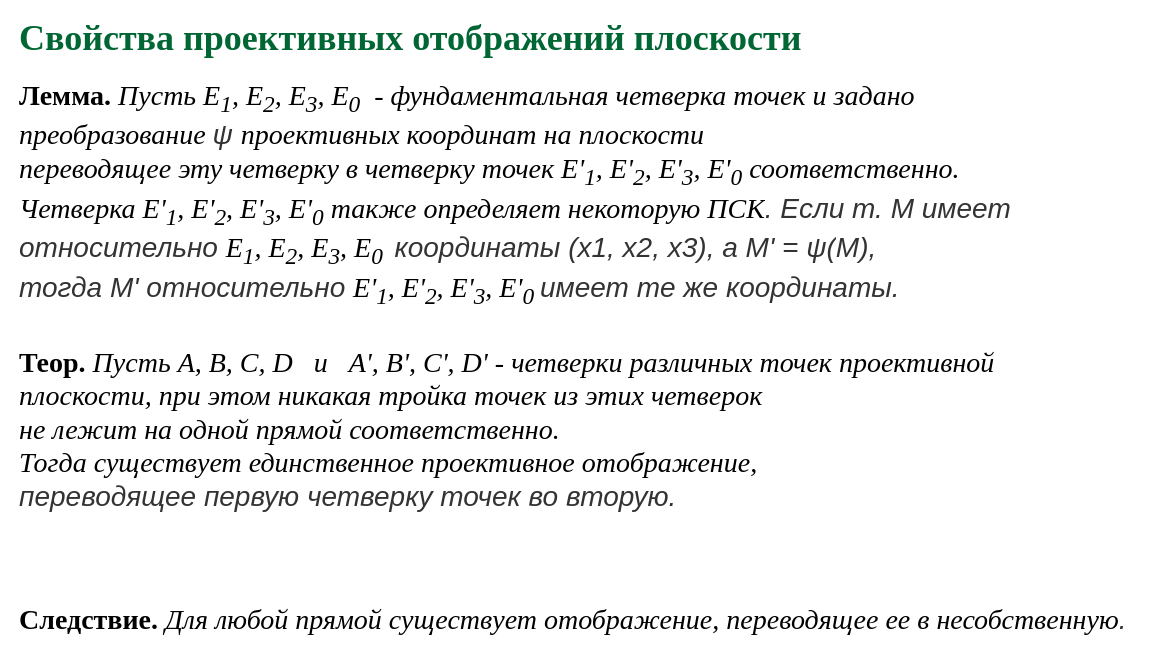
Above: page "p07" (10 of 16) of slides/proj_mapp.drawio in amcp-pit/geom_course (draw.io), before the change. Source tidied: cells renumbered, new cells numbered last; positions are measured from the earlier drawing's top-left corner, leaving out a move shared by most shapes. Both pictures are drawn from the tidied source at 100%, with x=0, y=0 at pixel (17, 28).
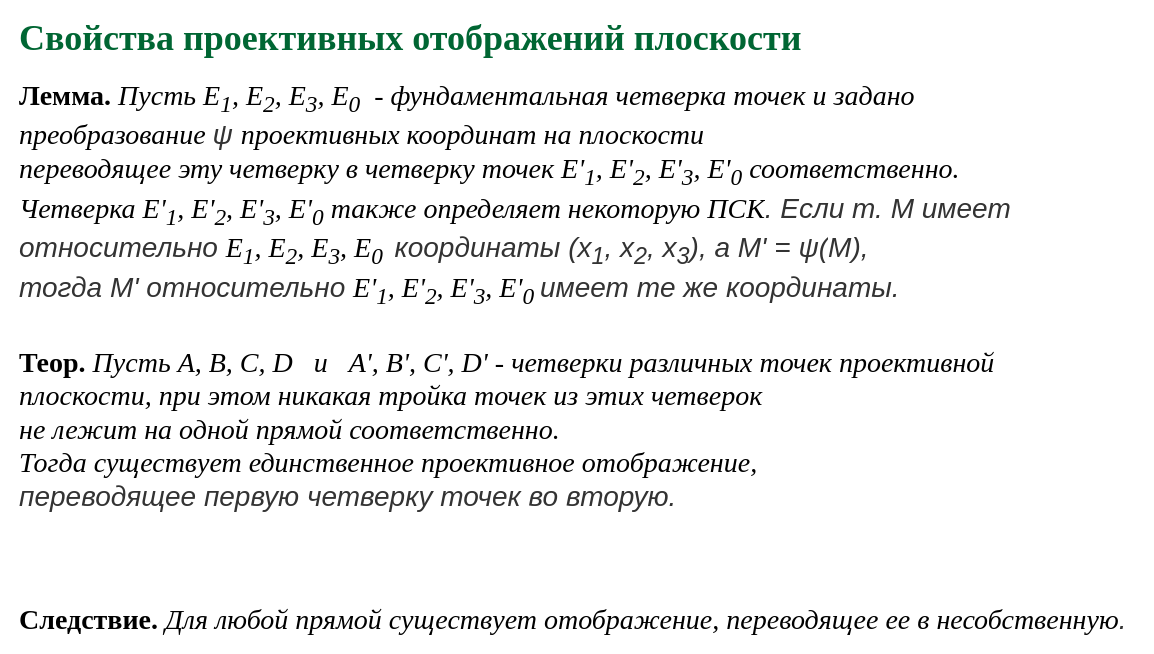
After the change.

What changed in the source:
```diff
@@
 <mxGraphModel>
   <root>
     <mxCell id="0" />
     <mxCell id="1" parent="0" />
     <mxCell id="2" value="&lt;font color=&quot;#006633&quot; face=&quot;garamond&quot;&gt;&lt;span style=&quot;font-size: 36px&quot;&gt;&lt;b&gt;Свойства проективных отображений плоскости&lt;/b&gt;&lt;/span&gt;&lt;/font&gt;" style="text;html=1;align=left;verticalAlign=middle;whiteSpace=wrap;rounded=0;" parent="1" vertex="1">
       <mxGeometry width="920" height="20" as="geometry" />
     </mxCell>
     <mxCell id="3" value="&lt;div&gt;&lt;/div&gt;&lt;b style=&quot;font-size: 28px ; font-family: &amp;#34;times new roman&amp;#34;&quot;&gt;Теор.&lt;/b&gt;&lt;span style=&quot;font-size: 28px ; font-family: &amp;#34;times new roman&amp;#34;&quot;&gt;&amp;nbsp;&lt;i&gt;Пусть A, B, C, D&amp;nbsp; &amp;nbsp;и&amp;nbsp; &amp;nbsp;&lt;/i&gt;&lt;/span&gt;&lt;i style=&quot;font-size: 28px ; font-family: &amp;#34;times new roman&amp;#34;&quot;&gt;A', B', C', D'&amp;nbsp;&lt;/i&gt;&lt;span style=&quot;font-size: 28px ; font-family: &amp;#34;times new roman&amp;#34;&quot;&gt;&lt;i&gt;-&lt;/i&gt;&amp;nbsp;&lt;i&gt;четверки различных точек&amp;nbsp;&lt;/i&gt;&lt;/span&gt;&lt;i style=&quot;font-size: 28px ; font-family: &amp;#34;times new roman&amp;#34;&quot;&gt;проективной &lt;br&gt;плоскости,&amp;nbsp;при этом никакая тройка точек из этих четверок &lt;br&gt;не лежит на одной прямой&amp;nbsp;соответственно.&lt;br&gt;Тогда существует единственное проективное отображение,&amp;nbsp;&lt;br&gt;&lt;/i&gt;&lt;span style=&quot;color: rgb(51 , 51 , 51) ; font-family: &amp;#34;u0000&amp;#34; ; font-size: 28px ; text-align: center ; background-color: rgb(255 , 255 , 255)&quot;&gt;&lt;i&gt;переводящее первую четверку точек во вторую.&lt;/i&gt;&lt;br&gt;&lt;/span&gt;" style="text;html=1;align=left;verticalAlign=middle;" parent="1" vertex="1">
       <mxGeometry y="351" width="990" height="100" as="geometry" />
     </mxCell>
     <mxCell id="4" value="&lt;div&gt;&lt;/div&gt;&lt;b style=&quot;font-size: 28px ; font-family: &amp;#34;times new roman&amp;#34;&quot;&gt;Следствие.&lt;/b&gt;&lt;span style=&quot;font-size: 28px ; font-family: &amp;#34;times new roman&amp;#34;&quot;&gt;&amp;nbsp;&lt;i&gt;Для любой прямой существует отображение, переводящее ее в несобственную&lt;/i&gt;&lt;/span&gt;&lt;span style=&quot;color: rgb(51 , 51 , 51) ; font-family: &amp;#34;u0000&amp;#34; ; font-size: 28px ; text-align: center ; background-color: rgb(255 , 255 , 255)&quot;&gt;&lt;i&gt;.&lt;/i&gt;&lt;br&gt;&lt;/span&gt;" style="text;html=1;align=left;verticalAlign=middle;" parent="1" vertex="1">
       <mxGeometry y="581" width="1120" height="20" as="geometry" />
     </mxCell>
-    <mxCell id="5" value="&lt;div&gt;&lt;/div&gt;&lt;b style=&quot;font-size: 28px ; font-family: &amp;#34;times new roman&amp;#34;&quot;&gt;Лемма.&lt;/b&gt;&lt;span style=&quot;font-size: 28px ; font-family: &amp;#34;times new roman&amp;#34;&quot;&gt;&amp;nbsp;&lt;i&gt;Пусть E&lt;sub&gt;1&lt;/sub&gt;, E&lt;sub&gt;2&lt;/sub&gt;, E&lt;sub&gt;3&lt;/sub&gt;, E&lt;sub&gt;0&lt;/sub&gt;&amp;nbsp; - фундаментальная четверка точек и задано &lt;br&gt;преобразование&amp;nbsp;&lt;/i&gt;&lt;/span&gt;&lt;i style=&quot;color: rgb(51 , 51 , 51) ; font-family: &amp;#34;u0000&amp;#34; ; font-size: 28px ; text-align: center&quot;&gt;ψ&amp;nbsp;&lt;/i&gt;&lt;span style=&quot;font-size: 28px ; font-family: &amp;#34;times new roman&amp;#34;&quot;&gt;&lt;i&gt;проективных координат на плоскости&lt;/i&gt;&lt;/span&gt;&lt;i style=&quot;font-size: 28px ; font-family: &amp;#34;times new roman&amp;#34;&quot;&gt;&lt;br&gt;переводящее эту четверку в четверку точек E'&lt;sub&gt;1&lt;/sub&gt;, E'&lt;sub&gt;2&lt;/sub&gt;, E'&lt;sub&gt;3&lt;/sub&gt;, E'&lt;sub&gt;0&lt;/sub&gt; соответственно.&amp;nbsp;&lt;br&gt;Четверка&amp;nbsp;&lt;/i&gt;&lt;i style=&quot;font-size: 28px ; font-family: &amp;#34;times new roman&amp;#34;&quot;&gt;E'&lt;sub&gt;1&lt;/sub&gt;, E'&lt;sub&gt;2&lt;/sub&gt;, E'&lt;sub&gt;3&lt;/sub&gt;, E'&lt;sub&gt;0&lt;/sub&gt; также определяет некоторую ПСК&lt;/i&gt;&lt;span style=&quot;color: rgb(51 , 51 , 51) ; font-family: &amp;#34;u0000&amp;#34; ; font-size: 28px ; text-align: center ; background-color: rgb(255 , 255 , 255)&quot;&gt;&lt;i&gt;. Если т. М имеет &lt;br&gt;относительно&amp;nbsp;&lt;/i&gt;&lt;/span&gt;&lt;i style=&quot;font-family: &amp;#34;times new roman&amp;#34; ; font-size: 28px&quot;&gt;E&lt;sub&gt;1&lt;/sub&gt;, E&lt;sub&gt;2&lt;/sub&gt;, E&lt;sub&gt;3&lt;/sub&gt;, E&lt;sub&gt;0&amp;nbsp;&amp;nbsp;&lt;/sub&gt;&lt;/i&gt;&lt;span style=&quot;color: rgb(51 , 51 , 51) ; font-family: &amp;#34;u0000&amp;#34; ; font-size: 28px ; text-align: center ; background-color: rgb(255 , 255 , 255)&quot;&gt;&lt;i&gt;координаты (x1, x2, x3), а М' =&amp;nbsp;&lt;/i&gt;&lt;/span&gt;&lt;i style=&quot;color: rgb(51 , 51 , 51) ; font-family: &amp;#34;u0000&amp;#34; ; font-size: 28px ; text-align: center&quot;&gt;ψ(&lt;/i&gt;&lt;span style=&quot;color: rgb(51 , 51 , 51) ; font-family: &amp;#34;u0000&amp;#34; ; font-size: 28px ; text-align: center ; background-color: rgb(255 , 255 , 255)&quot;&gt;&lt;i&gt;М), &lt;br&gt;тогда M' относительно&amp;nbsp;&lt;/i&gt;&lt;/span&gt;&lt;i style=&quot;font-size: 28px ; font-family: &amp;#34;times new roman&amp;#34;&quot;&gt;E'&lt;sub&gt;1&lt;/sub&gt;, E'&lt;sub&gt;2&lt;/sub&gt;, E'&lt;sub&gt;3&lt;/sub&gt;, E'&lt;sub&gt;0&amp;nbsp;&lt;/sub&gt;&lt;/i&gt;&lt;span style=&quot;color: rgb(51 , 51 , 51) ; font-family: &amp;#34;u0000&amp;#34; ; font-size: 28px ; text-align: center ; background-color: rgb(255 , 255 , 255)&quot;&gt;&lt;i&gt;имеет те же координаты.&lt;/i&gt;&lt;br&gt;&lt;/span&gt;" style="text;html=1;align=left;verticalAlign=middle;" parent="1" vertex="1">
+    <mxCell id="5" value="&lt;div&gt;&lt;/div&gt;&lt;b style=&quot;font-size: 28px ; font-family: &amp;#34;times new roman&amp;#34;&quot;&gt;Лемма.&lt;/b&gt;&lt;span style=&quot;font-size: 28px ; font-family: &amp;#34;times new roman&amp;#34;&quot;&gt;&amp;nbsp;&lt;i&gt;Пусть E&lt;sub&gt;1&lt;/sub&gt;, E&lt;sub&gt;2&lt;/sub&gt;, E&lt;sub&gt;3&lt;/sub&gt;, E&lt;sub&gt;0&lt;/sub&gt;&amp;nbsp; - фундаментальная четверка точек и задано &lt;br&gt;преобразование&amp;nbsp;&lt;/i&gt;&lt;/span&gt;&lt;i style=&quot;color: rgb(51 , 51 , 51) ; font-family: &amp;#34;u0000&amp;#34; ; font-size: 28px ; text-align: center&quot;&gt;ψ&amp;nbsp;&lt;/i&gt;&lt;span style=&quot;font-size: 28px ; font-family: &amp;#34;times new roman&amp;#34;&quot;&gt;&lt;i&gt;проективных координат на плоскости&lt;/i&gt;&lt;/span&gt;&lt;i style=&quot;font-size: 28px ; font-family: &amp;#34;times new roman&amp;#34;&quot;&gt;&lt;br&gt;переводящее эту четверку в четверку точек E'&lt;sub&gt;1&lt;/sub&gt;, E'&lt;sub&gt;2&lt;/sub&gt;, E'&lt;sub&gt;3&lt;/sub&gt;, E'&lt;sub&gt;0&lt;/sub&gt; соответственно.&amp;nbsp;&lt;br&gt;Четверка&amp;nbsp;&lt;/i&gt;&lt;i style=&quot;font-size: 28px ; font-family: &amp;#34;times new roman&amp;#34;&quot;&gt;E'&lt;sub&gt;1&lt;/sub&gt;, E'&lt;sub&gt;2&lt;/sub&gt;, E'&lt;sub&gt;3&lt;/sub&gt;, E'&lt;sub&gt;0&lt;/sub&gt; также определяет некоторую ПСК&lt;/i&gt;&lt;span style=&quot;color: rgb(51 , 51 , 51) ; font-family: &amp;#34;u0000&amp;#34; ; font-size: 28px ; text-align: center ; background-color: rgb(255 , 255 , 255)&quot;&gt;&lt;i&gt;. Если т. М имеет &lt;br&gt;относительно&amp;nbsp;&lt;/i&gt;&lt;/span&gt;&lt;i style=&quot;font-family: &amp;#34;times new roman&amp;#34; ; font-size: 28px&quot;&gt;E&lt;sub&gt;1&lt;/sub&gt;, E&lt;sub&gt;2&lt;/sub&gt;, E&lt;sub&gt;3&lt;/sub&gt;, E&lt;sub&gt;0&amp;nbsp;&amp;nbsp;&lt;/sub&gt;&lt;/i&gt;&lt;span style=&quot;color: rgb(51 , 51 , 51) ; font-family: &amp;#34;u0000&amp;#34; ; font-size: 28px ; text-align: center ; background-color: rgb(255 , 255 , 255)&quot;&gt;&lt;i&gt;координаты (x&lt;sub&gt;1&lt;/sub&gt;, x&lt;sub&gt;2&lt;/sub&gt;, x&lt;sub&gt;3&lt;/sub&gt;), а М' =&amp;nbsp;&lt;/i&gt;&lt;/span&gt;&lt;i style=&quot;color: rgb(51 , 51 , 51) ; font-family: &amp;#34;u0000&amp;#34; ; font-size: 28px ; text-align: center&quot;&gt;ψ(&lt;/i&gt;&lt;span style=&quot;color: rgb(51 , 51 , 51) ; font-family: &amp;#34;u0000&amp;#34; ; font-size: 28px ; text-align: center ; background-color: rgb(255 , 255 , 255)&quot;&gt;&lt;i&gt;М), &lt;br&gt;тогда M' относительно&amp;nbsp;&lt;/i&gt;&lt;/span&gt;&lt;i style=&quot;font-size: 28px ; font-family: &amp;#34;times new roman&amp;#34;&quot;&gt;E'&lt;sub&gt;1&lt;/sub&gt;, E'&lt;sub&gt;2&lt;/sub&gt;, E'&lt;sub&gt;3&lt;/sub&gt;, E'&lt;sub&gt;0&amp;nbsp;&lt;/sub&gt;&lt;/i&gt;&lt;span style=&quot;color: rgb(51 , 51 , 51) ; font-family: &amp;#34;u0000&amp;#34; ; font-size: 28px ; text-align: center ; background-color: rgb(255 , 255 , 255)&quot;&gt;&lt;i&gt;имеет те же координаты.&lt;/i&gt;&lt;br&gt;&lt;/span&gt;" style="text;html=1;align=left;verticalAlign=middle;" parent="1" vertex="1">
       <mxGeometry y="101" width="980" height="130" as="geometry" />
     </mxCell>
   </root>
 </mxGraphModel>
```
